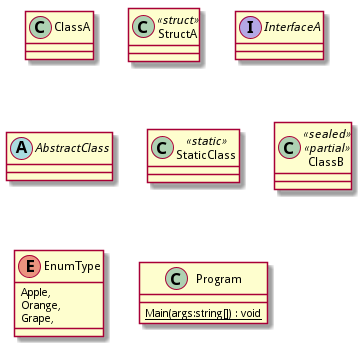
Earlier version of the PlantUML export Aufgabe_1/main.png (galinarudollf/SoftwareentwicklungSoSe2020_Aufgabe_04). Source of this version:
```plantuml
@startuml
class ClassA {
}
class StructA <<struct>> {
}
interface InterfaceA {
}
abstract class AbstractClass {
}
class StaticClass <<static>> {
}
class ClassB <<sealed>> <<partial>> {
}
enum EnumType {
    Apple,
    Orange,
    Grape,
}
class Program {
    {static} Main(args:string[]) : void
}
@enduml
```
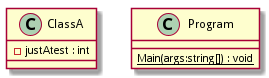
The same file after the commit.

Commit message:
Your commit message

Change to the diagram source:
```diff
@@ -1,20 +1,6 @@
 @startuml
 class ClassA {
-}
-class StructA <<struct>> {
-}
-interface InterfaceA {
-}
-abstract class AbstractClass {
-}
-class StaticClass <<static>> {
-}
-class ClassB <<sealed>> <<partial>> {
-}
-enum EnumType {
-    Apple,
-    Orange,
-    Grape,
+    - justAtest : int
 }
 class Program {
     {static} Main(args:string[]) : void
```
